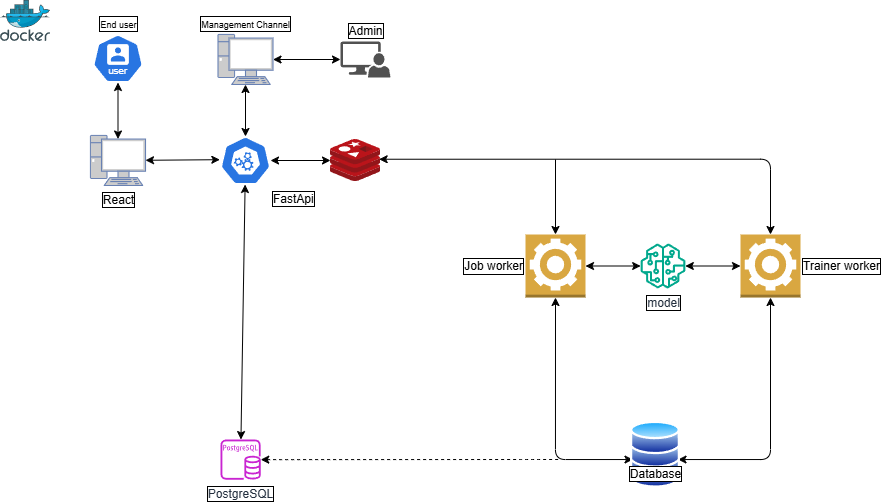
Klong1212/ai-ecosystem-workspace keeps this draw.io diagram as diagrams/overview.png. Above is the earlier version. Source tidied: cells renumbered, new cells last; positions are measured from the earlier drawing's top-left corner, leaving out a move shared by most shapes.
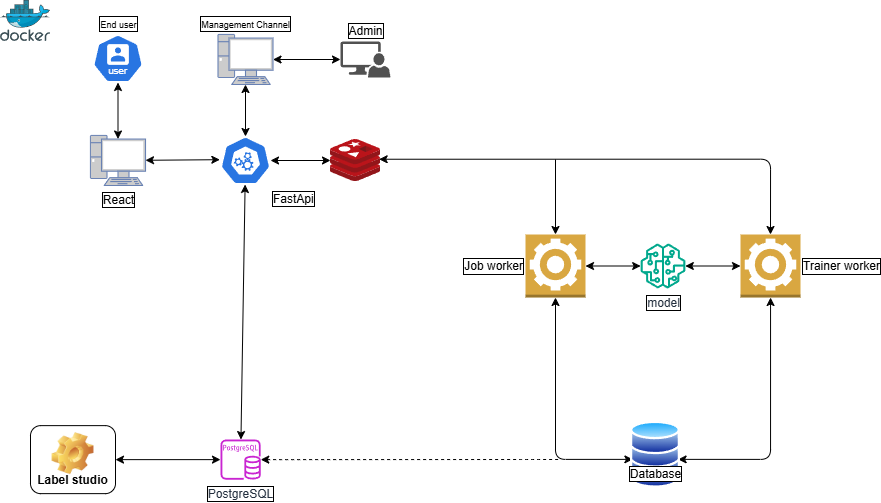
After the commit.

The edit, as a diff of the source:
```diff
@@ -101,5 +101,11 @@
     <mxCell id="30" style="edgeStyle=none;html=1;entryX=0.5;entryY=0;entryDx=0;entryDy=0;entryPerimeter=0;startArrow=classic;startFill=1;" parent="1" edge="1" source="27" target="8">
       <mxGeometry relative="1" as="geometry" />
     </mxCell>
+    <mxCell id="31" style="edgeStyle=none;html=1;startArrow=classic;startFill=1;" parent="1" edge="1" source="32" target="5">
+      <mxGeometry relative="1" as="geometry" />
+    </mxCell>
+    <mxCell id="32" value="Label studio" style="label;whiteSpace=wrap;html=1;align=center;verticalAlign=bottom;spacingLeft=0;spacingBottom=4;imageAlign=center;imageVerticalAlign=top;image=img/clipart/Gear_128x128.png;" parent="1" vertex="1">
+      <mxGeometry x="30" y="425.1" width="85" height="68" as="geometry" />
+    </mxCell>
   </root>
 </mxGraphModel>
```
